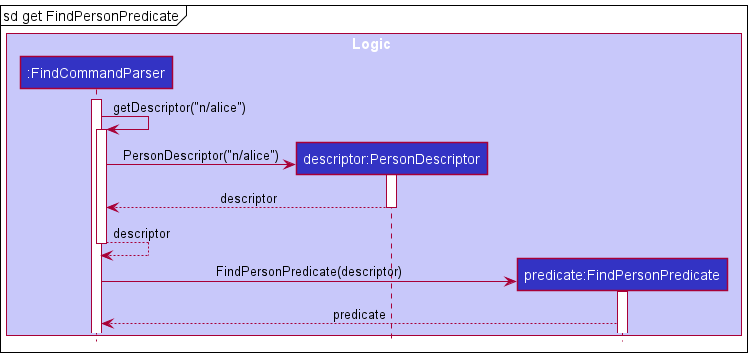
The PlantUML diagram docs/images/FindPersonPredicate.png in tandeshao/tp, before a commit.
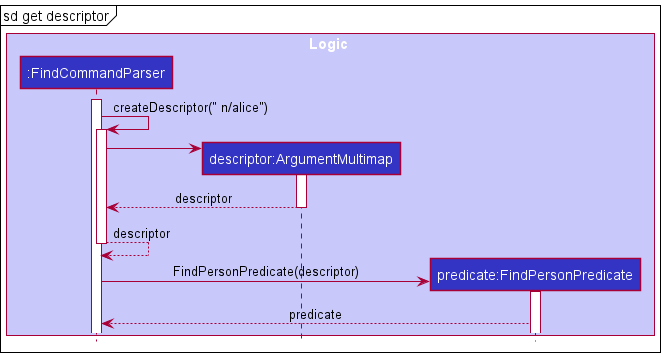
After the commit.

The edit, as a diff of the source:
```diff
@@ -1,24 +1,23 @@
 @startuml
 !include style.puml
-mainframe sd get FindPersonPredicate
+mainframe sd get descriptor
 
 box Logic LOGIC_COLOR_T1
 participant ":FindCommandParser" as FindCommandParser LOGIC_COLOR
-participant "descriptor:PersonDescriptor" as PersonDescriptor LOGIC_COLOR
+participant "descriptor:ArgumentMultimap" as ArgMultimap LOGIC_COLOR
 participant "predicate:FindPersonPredicate" as FindPersonPredicate LOGIC_COLOR
 end box
 
 
 activate FindCommandParser
-FindCommandParser -> FindCommandParser : getDescriptor("n/alice")
+FindCommandParser -> FindCommandParser : createDescriptor(" n/alice")
 activate FindCommandParser
+create ArgMultimap
+FindCommandParser -> ArgMultimap
+activate ArgMultimap
+ArgMultimap --> FindCommandParser : descriptor
+deactivate ArgMultimap
 
-create PersonDescriptor
-FindCommandParser -> PersonDescriptor : PersonDescriptor("n/alice")
-activate PersonDescriptor
-
-PersonDescriptor --> FindCommandParser : descriptor
-deactivate PersonDescriptor
 FindCommandParser --> FindCommandParser : descriptor
 deactivate FindCommandParser
 
```
